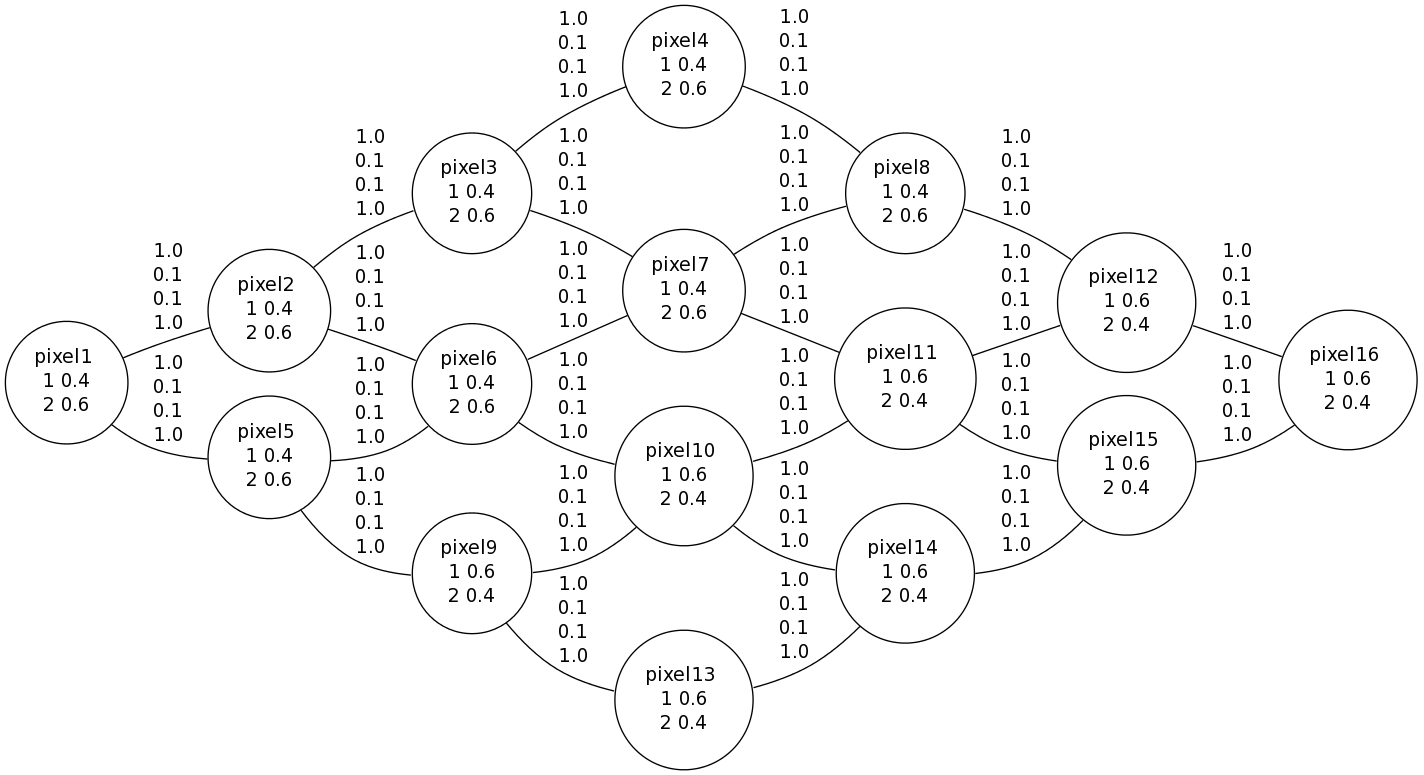
The Graphviz diagram utils/toyImageNet.png in JackKelly/PGM, before a commit. Its source is kept beside it as utils/toyImageNet.gv. Source of this version:
```dot
graph toyImageNet {
    rankdir=LR;
    node [shape = circle];
1 [label="pixel1 \n1 0.4\n2 0.6\n"];
 2 [label="pixel2 \n1 0.4\n2 0.6\n"];
 3 [label="pixel3 \n1 0.4\n2 0.6\n"];
 4 [label="pixel4 \n1 0.4\n2 0.6\n"];
 5 [label="pixel5 \n1 0.4\n2 0.6\n"];
 6 [label="pixel6 \n1 0.4\n2 0.6\n"];
 7 [label="pixel7 \n1 0.4\n2 0.6\n"];
 8 [label="pixel8 \n1 0.4\n2 0.6\n"];
 9 [label="pixel9 \n1 0.6\n2 0.4\n"];
 10 [label="pixel10 \n1 0.6\n2 0.4\n"];
 11 [label="pixel11 \n1 0.6\n2 0.4\n"];
 12 [label="pixel12 \n1 0.6\n2 0.4\n"];
 13 [label="pixel13 \n1 0.6\n2 0.4\n"];
 14 [label="pixel14 \n1 0.6\n2 0.4\n"];
 15 [label="pixel15 \n1 0.6\n2 0.4\n"];
 16 [label="pixel16 \n1 0.6\n2 0.4\n"];
     1 -- 2 [label="1.0\n0.1\n0.1\n1.0\n"];
    1 -- 5 [label="1.0\n0.1\n0.1\n1.0\n"];
    2 -- 3 [label="1.0\n0.1\n0.1\n1.0\n"];
    2 -- 6 [label="1.0\n0.1\n0.1\n1.0\n"];
    3 -- 4 [label="1.0\n0.1\n0.1\n1.0\n"];
    3 -- 7 [label="1.0\n0.1\n0.1\n1.0\n"];
    4 -- 8 [label="1.0\n0.1\n0.1\n1.0\n"];
    5 -- 6 [label="1.0\n0.1\n0.1\n1.0\n"];
    5 -- 9 [label="1.0\n0.1\n0.1\n1.0\n"];
    6 -- 7 [label="1.0\n0.1\n0.1\n1.0\n"];
    6 -- 10 [label="1.0\n0.1\n0.1\n1.0\n"];
    7 -- 8 [label="1.0\n0.1\n0.1\n1.0\n"];
    7 -- 11 [label="1.0\n0.1\n0.1\n1.0\n"];
    8 -- 12 [label="1.0\n0.1\n0.1\n1.0\n"];
    9 -- 10 [label="1.0\n0.1\n0.1\n1.0\n"];
    9 -- 13 [label="1.0\n0.1\n0.1\n1.0\n"];
    10 -- 11 [label="1.0\n0.1\n0.1\n1.0\n"];
    10 -- 14 [label="1.0\n0.1\n0.1\n1.0\n"];
    11 -- 12 [label="1.0\n0.1\n0.1\n1.0\n"];
    11 -- 15 [label="1.0\n0.1\n0.1\n1.0\n"];
    12 -- 16 [label="1.0\n0.1\n0.1\n1.0\n"];
    13 -- 14 [label="1.0\n0.1\n0.1\n1.0\n"];
    14 -- 15 [label="1.0\n0.1\n0.1\n1.0\n"];
    15 -- 16 [label="1.0\n0.1\n0.1\n1.0\n"];
}
```
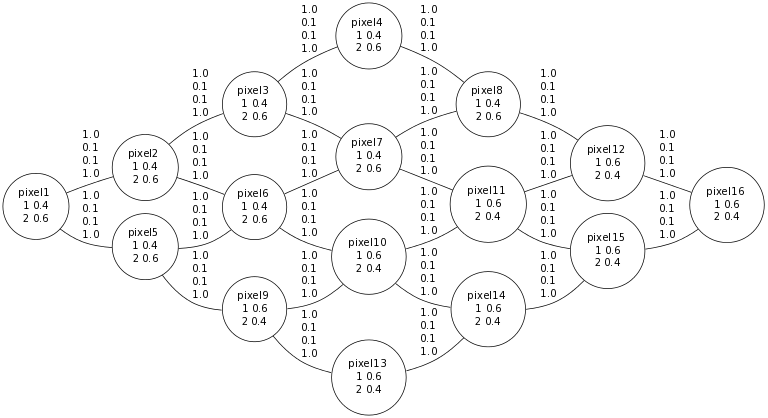
After the commit.

Commit message:
modifying size of image output

The edit, as a diff of the source:
```diff
@@ -1,5 +1,6 @@
 graph toyImageNet {
     rankdir=LR;
+    size="8,5";
     node [shape = circle];
 1 [label="pixel1 \n1 0.4\n2 0.6\n"];
  2 [label="pixel2 \n1 0.4\n2 0.6\n"];
```
